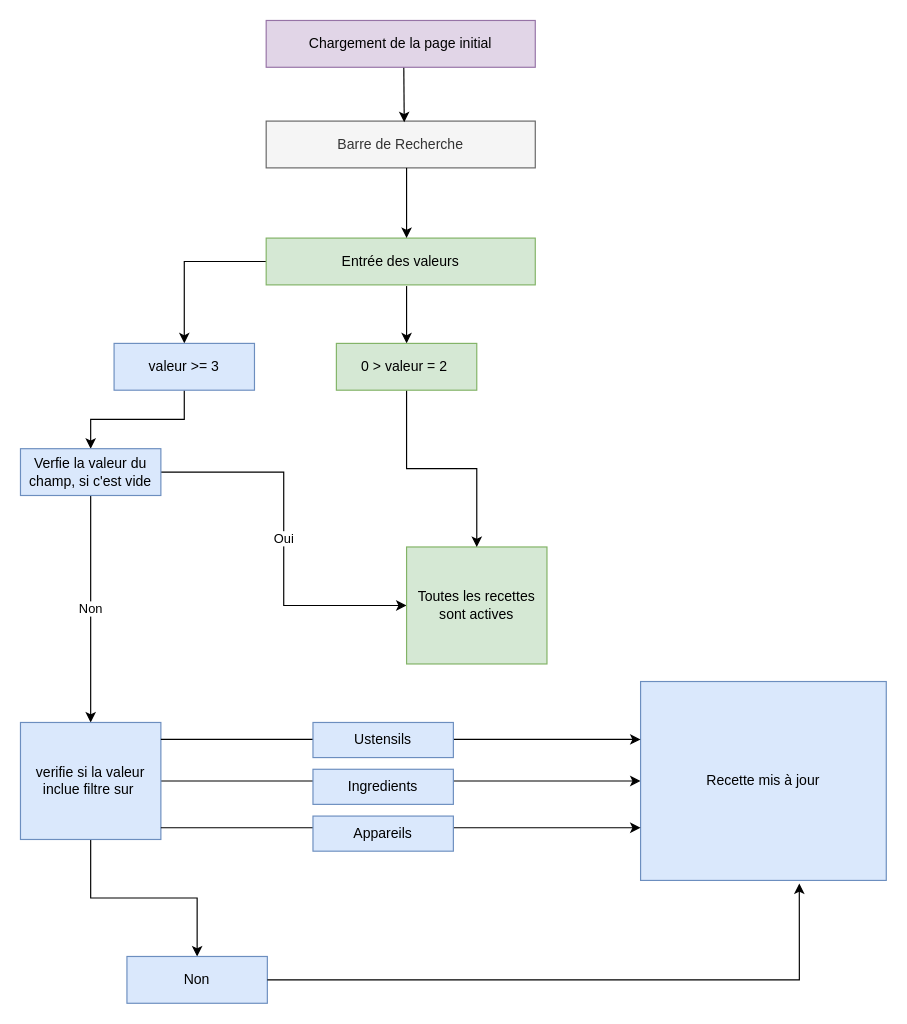
The draw.io diagram petitsplats.drawio in Takwua/PetitsPLats, before the edit. Source tidied: cells renumbered, new cells numbered last; positions are measured from the earlier drawing's top-left corner, leaving out a move shared by most shapes. Both pictures are drawn from the tidied source at 117%, with x=0, y=0 at pixel (20, 20).
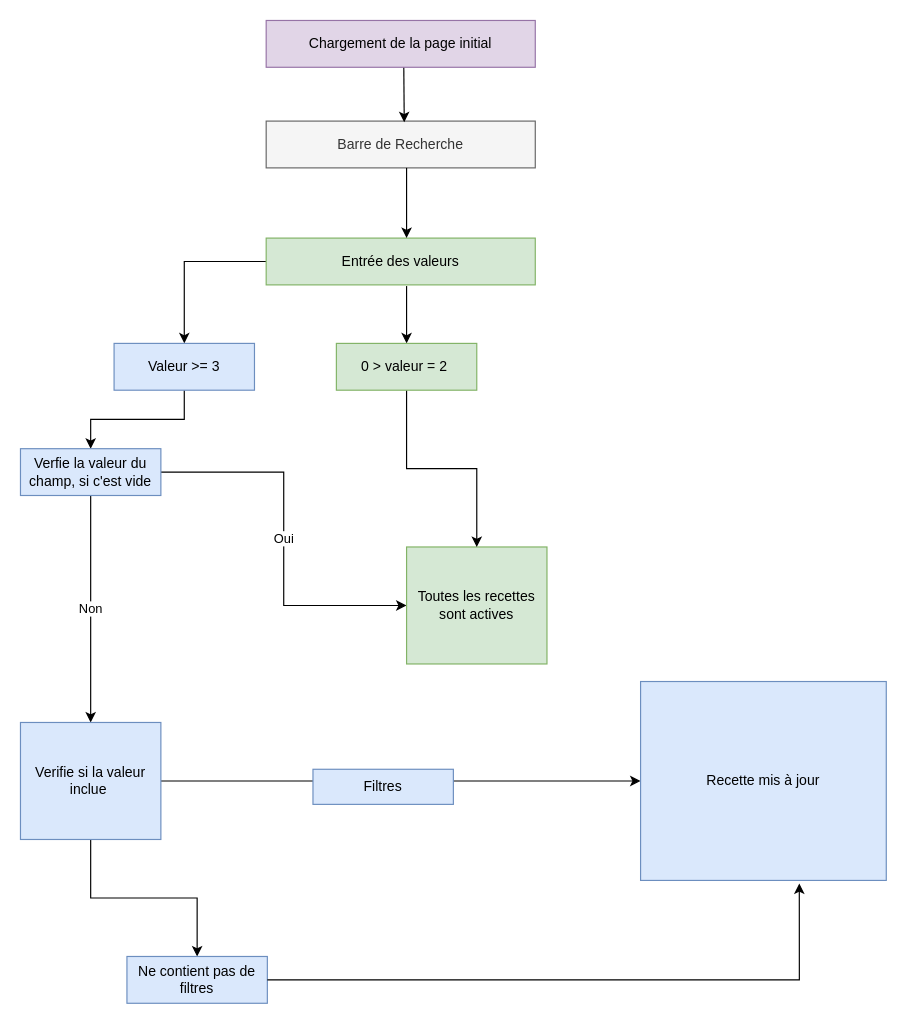
Above is the later version.

Commit message:
Mettre à jour petitsplats.drawio

The edit, as a diff of the source:
```diff
@@
-    <mxCell id="8" value="valeur &amp;gt;= 3" style="rounded=0;whiteSpace=wrap;html=1;fillColor=#dae8fc;strokeColor=#6c8ebf;" parent="1" vertex="1">
+    <mxCell id="8" value="Valeur &amp;gt;= 3" style="rounded=0;whiteSpace=wrap;html=1;fillColor=#dae8fc;strokeColor=#6c8ebf;" parent="1" vertex="1">
       <mxGeometry x="80" y="276" width="120" height="40" as="geometry" />
     </mxCell>
@@
-    <mxCell id="14" value="verifie si la valeur inclue filtre sur&amp;nbsp;" style="rounded=0;whiteSpace=wrap;html=1;fillColor=#dae8fc;strokeColor=#6c8ebf;" parent="1" vertex="1">
+    <mxCell id="14" value="Verifie si la valeur inclue&amp;nbsp;" style="rounded=0;whiteSpace=wrap;html=1;fillColor=#dae8fc;strokeColor=#6c8ebf;" parent="1" vertex="1">
       <mxGeometry y="600" width="120" height="100" as="geometry" />
     </mxCell>
@@
-    <mxCell id="21" value="Non" style="rounded=0;whiteSpace=wrap;html=1;fillColor=#dae8fc;strokeColor=#6c8ebf;" parent="1" vertex="1">
+    <mxCell id="21" value="Ne contient pas de filtres" style="rounded=0;whiteSpace=wrap;html=1;fillColor=#dae8fc;strokeColor=#6c8ebf;" parent="1" vertex="1">
       <mxGeometry x="91" y="800" width="120" height="40" as="geometry" />
     </mxCell>
@@
-    <mxCell id="23" value="Ingredients" style="rounded=0;whiteSpace=wrap;html=1;fillColor=#dae8fc;strokeColor=#6c8ebf;" parent="1" vertex="1">
+    <mxCell id="23" value="Filtres" style="rounded=0;whiteSpace=wrap;html=1;fillColor=#dae8fc;strokeColor=#6c8ebf;" parent="1" vertex="1">
       <mxGeometry x="250" y="640" width="120" height="30" as="geometry" />
     </mxCell>
-    <mxCell id="24" style="edgeStyle=orthogonalEdgeStyle;rounded=0;orthogonalLoop=1;jettySize=auto;html=1;" parent="1" edge="1">
-      <mxGeometry relative="1" as="geometry">
-        <mxPoint x="120" y="690" as="sourcePoint" />
-        <mxPoint x="530" y="690" as="targetPoint" />
-      </mxGeometry>
-    </mxCell>
-    <mxCell id="25" style="edgeStyle=orthogonalEdgeStyle;rounded=0;orthogonalLoop=1;jettySize=auto;html=1;" parent="1" edge="1">
-      <mxGeometry relative="1" as="geometry">
-        <mxPoint x="120" y="614.5" as="sourcePoint" />
-        <mxPoint x="530" y="614.5" as="targetPoint" />
-      </mxGeometry>
-    </mxCell>
-    <mxCell id="26" value="Appareils" style="rounded=0;whiteSpace=wrap;html=1;fillColor=#dae8fc;strokeColor=#6c8ebf;" parent="1" vertex="1">
-      <mxGeometry x="250" y="680" width="120" height="30" as="geometry" />
-    </mxCell>
-    <mxCell id="27" value="Ustensils" style="rounded=0;whiteSpace=wrap;html=1;fillColor=#dae8fc;strokeColor=#6c8ebf;" parent="1" vertex="1">
-      <mxGeometry x="250" y="600" width="120" height="30" as="geometry" />
-    </mxCell>
```
